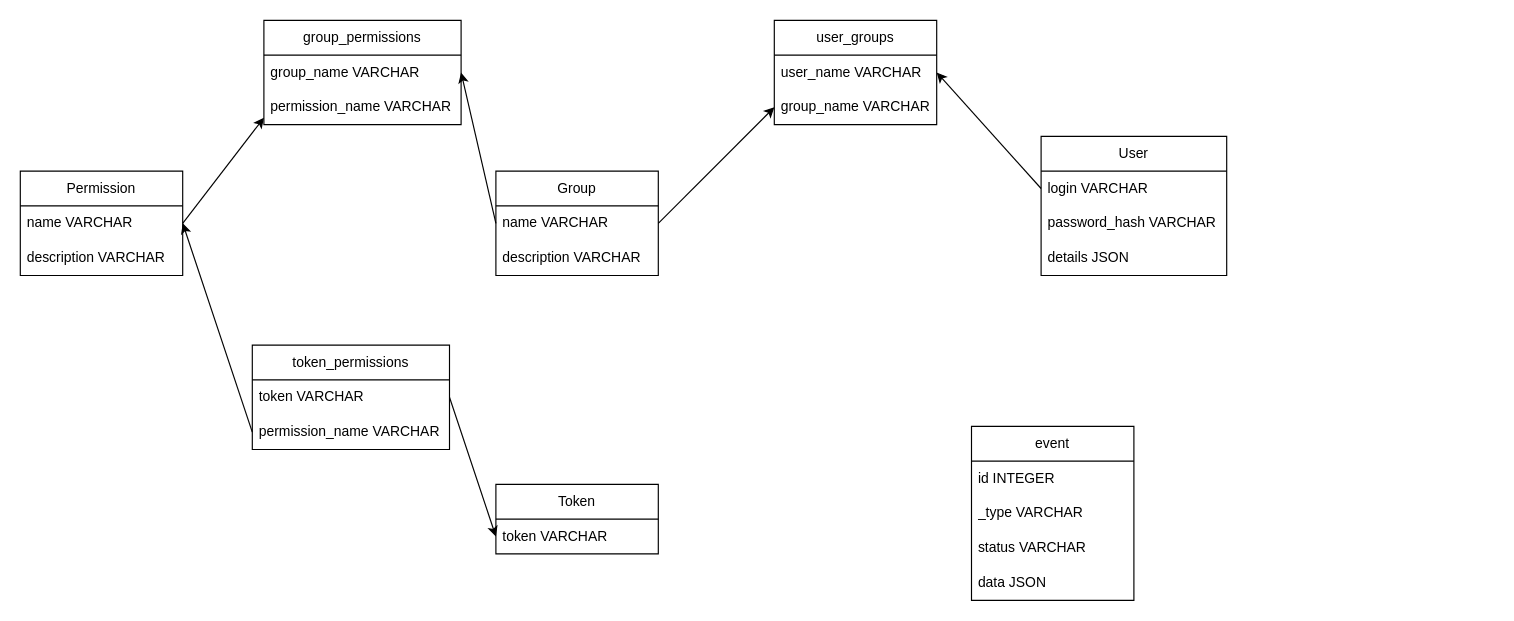
The draw.io diagram docs/structure.drawio in Baguuc/authoric, before the edit. Source tidied: cells renumbered, new cells numbered last; positions are measured from the earlier drawing's top-left corner, leaving out a move shared by most shapes. Both pictures are drawn from the tidied source at 116%, with x=0, y=0 at pixel (20, 20).
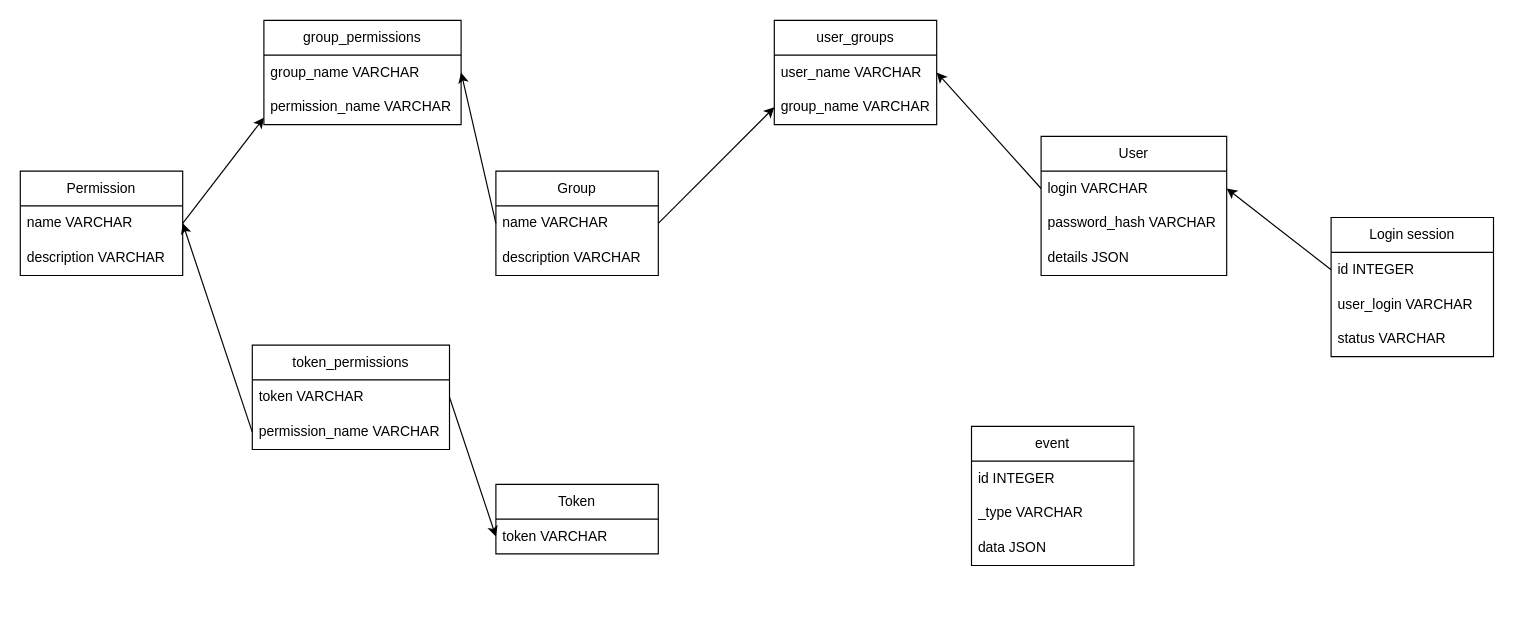
Above is the later version.

The change refers to these unchanged cells:
```xml
<mxCell id="13" value="login VARCHAR" style="text;strokeColor=none;fillColor=none;align=left;verticalAlign=middle;spacingLeft=4;spacingRight=4;overflow=hidden;points=[[0,0.5],[1,0.5]];portConstraint=eastwest;whiteSpace=wrap;html=1;fillStyle=auto;" parent="12" vertex="1">
  <mxGeometry y="30" width="160" height="30" as="geometry" />
</mxCell>
```

What changed in the source:
```diff
@@
     <mxCell id="29" value="event" style="swimlane;fontStyle=0;horizontal=1;startSize=30;whiteSpace=wrap;html=1;fillStyle=auto;" parent="1" vertex="1">
-      <mxGeometry x="820" y="350" width="140" height="150" as="geometry" />
+      <mxGeometry x="820" y="350" width="140" height="120" as="geometry" />
     </mxCell>
@@
+    <mxCell id="33" value="data JSON" style="text;strokeColor=none;fillColor=none;align=left;verticalAlign=middle;spacingLeft=4;spacingRight=4;overflow=hidden;whiteSpace=wrap;html=1;fillStyle=auto;" parent="29" vertex="1">
+      <mxGeometry y="90" width="140" height="30" as="geometry" />
+    </mxCell>
+    <mxCell id="34" value="Login session" style="swimlane;fontStyle=0;horizontal=1;startSize=30;whiteSpace=wrap;html=1;" parent="1" vertex="1">
+      <mxGeometry x="1130" y="170" width="140" height="120" as="geometry" />
+    </mxCell>
+    <mxCell id="35" value="id INTEGER" style="text;strokeColor=none;fillColor=none;align=left;verticalAlign=middle;spacingLeft=4;spacingRight=4;overflow=hidden;points=[[0,0.5],[1,0.5]];portConstraint=eastwest;whiteSpace=wrap;html=1;" parent="34" vertex="1">
+      <mxGeometry y="30" width="140" height="30" as="geometry" />
+    </mxCell>
+    <mxCell id="36" value="user_login VARCHAR" style="text;strokeColor=none;fillColor=none;align=left;verticalAlign=middle;spacingLeft=4;spacingRight=4;overflow=hidden;whiteSpace=wrap;html=1;" parent="34" vertex="1">
+      <mxGeometry y="60" width="140" height="30" as="geometry" />
+    </mxCell>
-    <mxCell id="32" value="status VARCHAR" style="text;strokeColor=none;fillColor=none;align=left;verticalAlign=middle;spacingLeft=4;spacingRight=4;overflow=hidden;whiteSpace=wrap;html=1;fillStyle=auto;" parent="29" vertex="1">
+    <mxCell id="32" value="status VARCHAR" style="text;strokeColor=none;fillColor=none;align=left;verticalAlign=middle;spacingLeft=4;spacingRight=4;overflow=hidden;whiteSpace=wrap;html=1;" parent="34" vertex="1">
       <mxGeometry y="90" width="140" height="30" as="geometry" />
     </mxCell>
-    <mxCell id="33" value="data JSON" style="text;strokeColor=none;fillColor=none;align=left;verticalAlign=middle;spacingLeft=4;spacingRight=4;overflow=hidden;whiteSpace=wrap;html=1;fillStyle=auto;" parent="29" vertex="1">
-      <mxGeometry y="120" width="140" height="30" as="geometry" />
-    </mxCell>
+    <mxCell id="37" style="edgeStyle=none;html=1;exitX=0;exitY=0.5;exitDx=0;exitDy=0;entryX=1;entryY=0.5;entryDx=0;entryDy=0;" parent="1" edge="1" source="35" target="13">
+      <mxGeometry relative="1" as="geometry" />
+    </mxCell>
```
